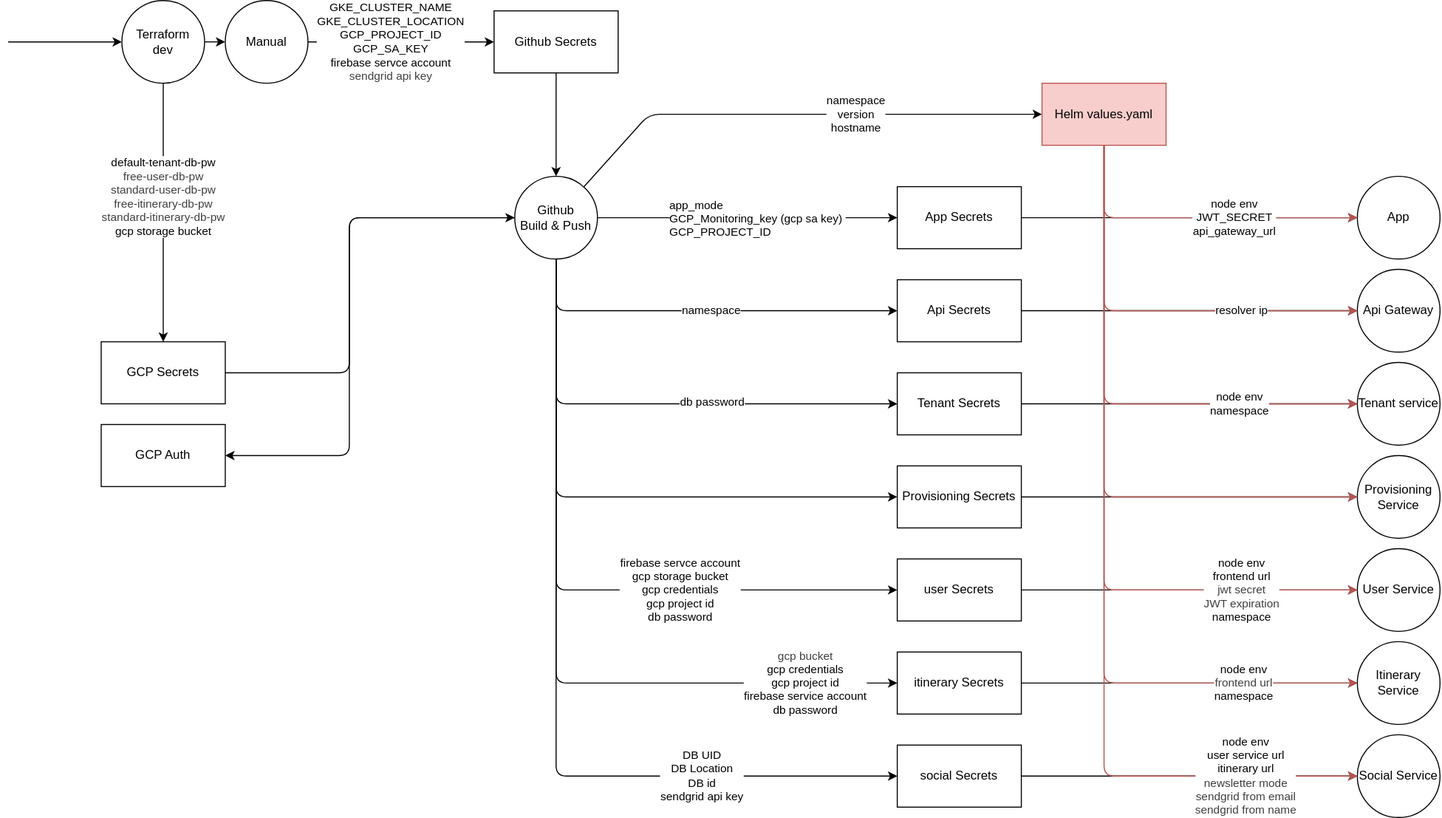
CloudAppDevProject/CloudAppDev keeps this draw.io diagram as docs/dataflow_diagram.drawio.svg. Above is the earlier version. Source tidied: cells renumbered, new cells last; positions are measured from the earlier drawing's top-left corner, leaving out a move shared by most shapes.
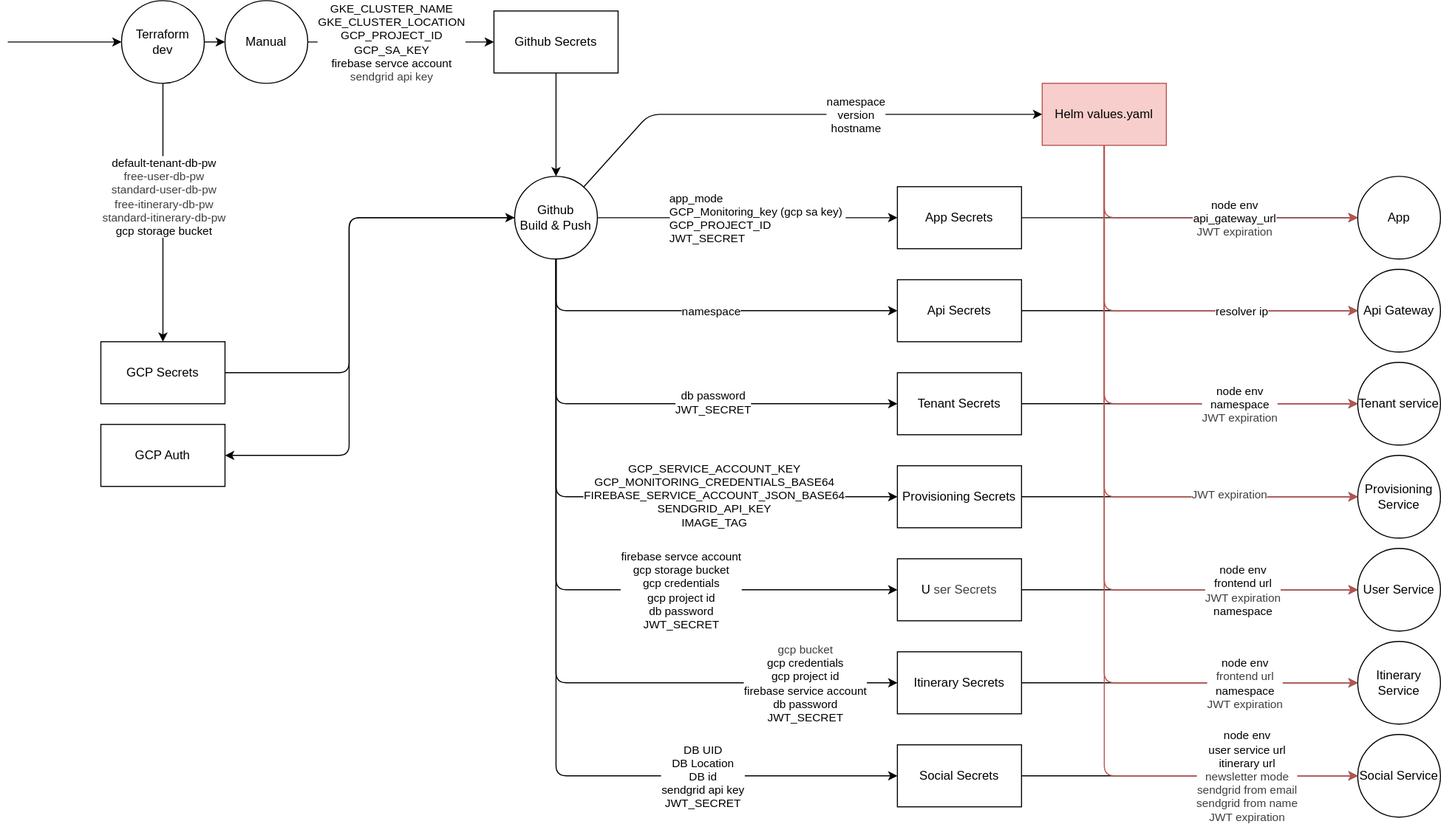
After the change.

Commit message:
Refactor code structure for improved readability and maintainability

The edit, as a diff of the source:
```diff
@@ -40,7 +40,7 @@
     <mxCell id="13" style="edgeStyle=none;html=1;" parent="1" edge="1" source="29" target="40">
       <mxGeometry relative="1" as="geometry" />
     </mxCell>
-    <mxCell id="14" value="app_mode&#10;GCP_Monitoring_key (gcp sa key)&#10;GCP_PROJECT_ID" style="edgeLabel;align=left;verticalAlign=middle;labelPosition=center;verticalLabelPosition=middle;spacing=0;textShadow=0;textDirection=ltr;horizontal=1;" parent="13" vertex="1">
+    <mxCell id="14" value="app_mode&#10;GCP_Monitoring_key (gcp sa key)&#10;GCP_PROJECT_ID&#10;JWT_SECRET" style="edgeLabel;align=left;verticalAlign=middle;labelPosition=center;verticalLabelPosition=middle;spacing=0;textShadow=0;textDirection=ltr;horizontal=1;" parent="13" vertex="1">
       <mxGeometry relative="1" as="geometry">
         <mxPoint x="-75" as="offset" />
       </mxGeometry>
@@ -64,7 +64,7 @@
         </Array>
       </mxGeometry>
     </mxCell>
-    <mxCell id="18" value="&lt;div&gt;&lt;span style=&quot;background-color: light-dark(#ffffff, var(--ge-dark-color, #121212));&quot;&gt;db password&lt;/span&gt;&lt;/div&gt;" style="edgeLabel;html=1;align=center;verticalAlign=middle;" parent="17" vertex="1">
+    <mxCell id="18" value="&lt;div&gt;&lt;span style=&quot;background-color: light-dark(#ffffff, var(--ge-dark-color, #121212));&quot;&gt;db password&lt;br&gt;&lt;/span&gt;&lt;span style=&quot;color: rgb(0, 0, 0); text-align: left;&quot;&gt;JWT_SECRET&lt;/span&gt;&lt;span style=&quot;background-color: light-dark(#ffffff, var(--ge-dark-color, #121212));&quot;&gt;&lt;/span&gt;&lt;/div&gt;" style="edgeLabel;html=1;align=center;verticalAlign=middle;" parent="17" vertex="1">
       <mxGeometry x="0.24" y="2" relative="1" as="geometry" />
     </mxCell>
     <mxCell id="19" style="edgeStyle=none;html=1;" parent="1" edge="1" source="29" target="42">
@@ -74,6 +74,9 @@
         </Array>
       </mxGeometry>
     </mxCell>
+    <mxCell id="67" value="GCP_SERVICE_ACCOUNT_KEY&lt;br&gt;GCP_MONITORING_CREDENTIALS_BASE64&lt;br&gt;FIREBASE_SERVICE_ACCOUNT_JSON_BASE64&lt;br&gt;SENDGRID_API_KEY&lt;br&gt;IMAGE_TAG" style="edgeLabel;html=1;align=center;verticalAlign=middle;" parent="19" vertex="1">
+      <mxGeometry x="0.36" y="2" relative="1" as="geometry" />
+    </mxCell>
     <mxCell id="20" style="edgeStyle=none;html=1;" parent="1" edge="1" source="29" target="43">
       <mxGeometry relative="1" as="geometry">
         <Array as="points">
@@ -81,7 +84,7 @@
         </Array>
       </mxGeometry>
     </mxCell>
-    <mxCell id="21" value="&lt;div&gt;&lt;font style=&quot;color: rgb(0, 0, 0);&quot;&gt;firebase servce account&lt;/font&gt;&lt;/div&gt;&lt;div&gt;&lt;font style=&quot;color: rgb(0, 0, 0);&quot;&gt;gcp storage bucket&lt;/font&gt;&lt;/div&gt;&lt;div&gt;&lt;font style=&quot;color: rgb(0, 0, 0);&quot;&gt;gcp credentials&lt;/font&gt;&lt;/div&gt;&lt;div&gt;&lt;font style=&quot;color: rgb(0, 0, 0);&quot;&gt;gcp project id&lt;/font&gt;&lt;/div&gt;&lt;div&gt;&lt;font style=&quot;color: rgb(0, 0, 0);&quot;&gt;db password&lt;/font&gt;&lt;/div&gt;" style="edgeLabel;html=1;align=center;verticalAlign=middle;" parent="20" vertex="1">
+    <mxCell id="21" value="&lt;div&gt;&lt;font style=&quot;color: rgb(0, 0, 0);&quot;&gt;firebase servce account&lt;/font&gt;&lt;/div&gt;&lt;div&gt;&lt;font style=&quot;color: rgb(0, 0, 0);&quot;&gt;gcp storage bucket&lt;/font&gt;&lt;/div&gt;&lt;div&gt;&lt;font style=&quot;color: rgb(0, 0, 0);&quot;&gt;gcp credentials&lt;/font&gt;&lt;/div&gt;&lt;div&gt;&lt;font style=&quot;color: rgb(0, 0, 0);&quot;&gt;gcp project id&lt;/font&gt;&lt;/div&gt;&lt;div&gt;&lt;font style=&quot;color: rgb(0, 0, 0);&quot;&gt;db password&lt;br&gt;&lt;span style=&quot;color: rgb(0, 0, 0); text-align: left;&quot;&gt;JWT_SECRET&lt;/span&gt;&lt;/font&gt;&lt;/div&gt;" style="edgeLabel;html=1;align=center;verticalAlign=middle;" parent="20" vertex="1">
       <mxGeometry x="0.39" relative="1" as="geometry">
         <mxPoint x="-11" as="offset" />
       </mxGeometry>
@@ -93,7 +96,7 @@
         </Array>
       </mxGeometry>
     </mxCell>
-    <mxCell id="23" value="&lt;div&gt;&lt;span style=&quot;color: rgb(63, 63, 63); background-color: light-dark(#ffffff, var(--ge-dark-color, #121212));&quot;&gt;gcp bucket&lt;/span&gt;&lt;/div&gt;&lt;div&gt;gcp credentials&lt;/div&gt;&lt;div&gt;gcp project id&lt;/div&gt;&lt;div&gt;firebase service account&lt;/div&gt;&lt;div&gt;&lt;div style=&quot;scrollbar-color: rgb(226, 226, 226) rgb(251, 251, 251);&quot;&gt;&lt;div style=&quot;scrollbar-color: rgb(226, 226, 226) rgb(251, 251, 251);&quot;&gt;&lt;span style=&quot;background-color: light-dark(#ffffff, var(--ge-dark-color, #121212));&quot;&gt;db password&lt;/span&gt;&lt;/div&gt;&lt;/div&gt;&lt;/div&gt;" style="edgeLabel;html=1;align=center;verticalAlign=middle;" parent="22" vertex="1">
+    <mxCell id="23" value="&lt;div&gt;&lt;span style=&quot;color: rgb(63, 63, 63); background-color: light-dark(#ffffff, var(--ge-dark-color, #121212));&quot;&gt;gcp bucket&lt;/span&gt;&lt;/div&gt;&lt;div&gt;gcp credentials&lt;/div&gt;&lt;div&gt;gcp project id&lt;/div&gt;&lt;div&gt;firebase service account&lt;/div&gt;&lt;div&gt;&lt;div style=&quot;scrollbar-color: rgb(226, 226, 226) rgb(251, 251, 251);&quot;&gt;&lt;div style=&quot;scrollbar-color: rgb(226, 226, 226) rgb(251, 251, 251);&quot;&gt;&lt;span style=&quot;background-color: light-dark(#ffffff, var(--ge-dark-color, #121212));&quot;&gt;db password&lt;br&gt;&lt;/span&gt;&lt;span style=&quot;color: rgb(0, 0, 0); text-align: left;&quot;&gt;JWT_SECRET&lt;/span&gt;&lt;span style=&quot;background-color: light-dark(#ffffff, var(--ge-dark-color, #121212));&quot;&gt;&lt;/span&gt;&lt;/div&gt;&lt;/div&gt;&lt;/div&gt;" style="edgeLabel;html=1;align=center;verticalAlign=middle;" parent="22" vertex="1">
       <mxGeometry x="0.81" relative="1" as="geometry">
         <mxPoint x="-19" as="offset" />
       </mxGeometry>
@@ -105,7 +108,7 @@
         </Array>
       </mxGeometry>
     </mxCell>
-    <mxCell id="25" value="&lt;div&gt;DB UID&lt;br&gt;DB Location&lt;br&gt;DB id&lt;/div&gt;&lt;div&gt;sendgrid api key&lt;/div&gt;" style="edgeLabel;html=1;align=center;verticalAlign=middle;" parent="24" vertex="1">
+    <mxCell id="25" value="&lt;div&gt;DB UID&lt;br&gt;DB Location&lt;br&gt;DB id&lt;/div&gt;&lt;div&gt;sendgrid api key&lt;br&gt;&lt;span style=&quot;color: rgb(0, 0, 0); text-align: left;&quot;&gt;JWT_SECRET&lt;/span&gt;&lt;/div&gt;" style="edgeLabel;html=1;align=center;verticalAlign=middle;" parent="24" vertex="1">
       <mxGeometry x="0.46" y="-1" relative="1" as="geometry">
         <mxPoint x="36" y="-1" as="offset" />
       </mxGeometry>
@@ -177,19 +180,19 @@
     <mxCell id="42" value="Provisioning Secrets" style="rounded=0;whiteSpace=wrap;html=1;" parent="1" vertex="1">
       <mxGeometry x="860" y="450" width="120" height="60" as="geometry" />
     </mxCell>
-    <mxCell id="43" value="user Secrets" style="rounded=0;whiteSpace=wrap;html=1;" parent="1" vertex="1">
+    <mxCell id="43" value="&lt;span style=&quot;background-color: transparent;&quot;&gt;&lt;font color=&quot;#000000&quot;&gt;U&lt;/font&gt;&lt;/span&gt;&lt;span style=&quot;color: rgb(63, 63, 63); background-color: transparent;&quot;&gt;ser Secrets&lt;/span&gt;" style="rounded=0;whiteSpace=wrap;html=1;" parent="1" vertex="1">
       <mxGeometry x="860" y="540" width="120" height="60" as="geometry" />
     </mxCell>
     <mxCell id="44" style="edgeStyle=none;shape=connector;rounded=1;html=1;align=center;verticalAlign=middle;fontFamily=Helvetica;fontSize=11;fontColor=default;labelBackgroundColor=default;endArrow=classic;" parent="1" edge="1" source="45" target="35">
       <mxGeometry relative="1" as="geometry" />
     </mxCell>
-    <mxCell id="45" value="itinerary Secrets" style="rounded=0;whiteSpace=wrap;html=1;" parent="1" vertex="1">
+    <mxCell id="45" value="Itinerary Secrets" style="rounded=0;whiteSpace=wrap;html=1;" parent="1" vertex="1">
       <mxGeometry x="860" y="630" width="120" height="60" as="geometry" />
     </mxCell>
     <mxCell id="46" style="edgeStyle=none;html=1;" parent="1" edge="1" source="47" target="36">
       <mxGeometry relative="1" as="geometry" />
     </mxCell>
-    <mxCell id="47" value="social Secrets" style="rounded=0;whiteSpace=wrap;html=1;" parent="1" vertex="1">
+    <mxCell id="47" value="Social Secrets" style="rounded=0;whiteSpace=wrap;html=1;" parent="1" vertex="1">
       <mxGeometry x="860" y="720" width="120" height="60" as="geometry" />
     </mxCell>
     <mxCell id="48" value="Api Secrets" style="rounded=0;whiteSpace=wrap;html=1;" parent="1" vertex="1">
@@ -202,7 +205,7 @@
         </Array>
       </mxGeometry>
     </mxCell>
-    <mxCell id="50" value="&lt;div&gt;&lt;font color=&quot;#000000&quot;&gt;&lt;span style=&quot;color: rgb(63, 63, 63);&quot;&gt;&lt;span style=&quot;color: rgb(0, 0, 0);&quot;&gt;node env&lt;/span&gt;&lt;/span&gt;&lt;br&gt;user service url&lt;/font&gt;&lt;/div&gt;&lt;div&gt;&lt;font color=&quot;#000000&quot;&gt;itinerary url&lt;br&gt;&lt;span style=&quot;color: rgb(63, 63, 63);&quot;&gt;newsletter mode&lt;br&gt;&lt;div style=&quot;color: rgb(63, 63, 63); scrollbar-color: rgb(226, 226, 226) rgb(251, 251, 251);&quot;&gt;sendgrid from email&lt;/div&gt;&lt;div style=&quot;color: rgb(63, 63, 63); scrollbar-color: rgb(226, 226, 226) rgb(251, 251, 251);&quot;&gt;sendgrid from name&lt;/div&gt;&lt;/span&gt;&lt;/font&gt;&lt;/div&gt;" style="edgeLabel;html=1;align=center;verticalAlign=middle;" parent="49" vertex="1">
+    <mxCell id="50" value="&lt;div&gt;&lt;font color=&quot;#000000&quot;&gt;&lt;span style=&quot;color: rgb(63, 63, 63);&quot;&gt;&lt;span style=&quot;color: rgb(0, 0, 0);&quot;&gt;node env&lt;/span&gt;&lt;/span&gt;&lt;br&gt;user service url&lt;/font&gt;&lt;/div&gt;&lt;div&gt;&lt;font color=&quot;#000000&quot;&gt;itinerary url&lt;br&gt;&lt;span style=&quot;color: rgb(63, 63, 63);&quot;&gt;newsletter mode&lt;br&gt;&lt;div style=&quot;color: rgb(63, 63, 63); scrollbar-color: rgb(226, 226, 226) rgb(251, 251, 251);&quot;&gt;sendgrid from email&lt;/div&gt;&lt;div style=&quot;color: rgb(63, 63, 63); scrollbar-color: rgb(226, 226, 226) rgb(251, 251, 251);&quot;&gt;sendgrid from name&lt;br&gt;&lt;span style=&quot;color: rgb(63, 63, 63);&quot;&gt;JWT expiration&lt;/span&gt;&lt;/div&gt;&lt;/span&gt;&lt;/font&gt;&lt;/div&gt;" style="edgeLabel;html=1;align=center;verticalAlign=middle;" parent="49" vertex="1">
       <mxGeometry x="0.79" relative="1" as="geometry">
         <mxPoint x="-20" as="offset" />
       </mxGeometry>
@@ -214,7 +217,7 @@
         </Array>
       </mxGeometry>
     </mxCell>
-    <mxCell id="52" value="&lt;span style=&quot;color: rgb(0, 0, 0); text-align: left;&quot;&gt;&lt;span style=&quot;color: rgb(0, 0, 0);&quot;&gt;node env&lt;/span&gt;&lt;br&gt;JWT_SECRET&lt;/span&gt;&lt;div&gt;&lt;span style=&quot;color: rgb(0, 0, 0); text-align: left;&quot;&gt;&lt;span style=&quot;color: rgb(0, 0, 0);&quot;&gt;api_gateway_url&lt;/span&gt;&lt;/span&gt;&lt;/div&gt;" style="edgeLabel;html=1;align=center;verticalAlign=middle;rounded=0;strokeColor=#b85450;fontFamily=Helvetica;fontSize=11;fontColor=default;labelBackgroundColor=default;fillColor=#f8cecc;" parent="51" vertex="1">
+    <mxCell id="52" value="&lt;span style=&quot;color: rgb(0, 0, 0); text-align: left;&quot;&gt;&lt;span style=&quot;color: rgb(0, 0, 0);&quot;&gt;node env&lt;/span&gt;&lt;br&gt;&lt;/span&gt;&lt;div&gt;&lt;span style=&quot;color: rgb(0, 0, 0); text-align: left;&quot;&gt;&lt;span style=&quot;color: rgb(0, 0, 0);&quot;&gt;api_gateway_url&lt;br&gt;&lt;span style=&quot;color: rgb(63, 63, 63); text-align: center;&quot;&gt;JWT expiration&lt;/span&gt;&lt;/span&gt;&lt;/span&gt;&lt;/div&gt;" style="edgeLabel;html=1;align=center;verticalAlign=middle;rounded=0;strokeColor=#b85450;fontFamily=Helvetica;fontSize=11;fontColor=default;labelBackgroundColor=default;fillColor=#f8cecc;" parent="51" vertex="1">
       <mxGeometry x="0.06" y="2" relative="1" as="geometry">
         <mxPoint x="28" y="2" as="offset" />
       </mxGeometry>
@@ -238,7 +241,7 @@
         </Array>
       </mxGeometry>
     </mxCell>
-    <mxCell id="56" value="&lt;span style=&quot;color: rgb(0, 0, 0);&quot;&gt;node env&lt;br&gt;namespace&lt;/span&gt;" style="edgeLabel;html=1;align=center;verticalAlign=middle;" parent="55" vertex="1">
+    <mxCell id="56" value="&lt;span style=&quot;color: rgb(0, 0, 0);&quot;&gt;node env&lt;br&gt;namespace&lt;br&gt;&lt;span style=&quot;color: rgb(63, 63, 63);&quot;&gt;JWT expiration&lt;/span&gt;&lt;/span&gt;" style="edgeLabel;html=1;align=center;verticalAlign=middle;" parent="55" vertex="1">
       <mxGeometry x="0.45" y="1" relative="1" as="geometry">
         <mxPoint x="22" y="1" as="offset" />
       </mxGeometry>
@@ -250,6 +253,9 @@
         </Array>
       </mxGeometry>
     </mxCell>
+    <mxCell id="68" value="&lt;span style=&quot;color: rgb(63, 63, 63);&quot;&gt;JWT expiration&lt;/span&gt;" style="edgeLabel;html=1;align=center;verticalAlign=middle;" parent="57" vertex="1">
+      <mxGeometry x="0.57" y="3" relative="1" as="geometry" />
+    </mxCell>
     <mxCell id="58" style="edgeStyle=none;shape=connector;rounded=1;html=1;strokeColor=#b85450;align=center;verticalAlign=middle;fontFamily=Helvetica;fontSize=11;fontColor=default;labelBackgroundColor=default;endArrow=classic;fillColor=#f8cecc;" parent="1" edge="1" source="62" target="34">
       <mxGeometry relative="1" as="geometry">
         <Array as="points">
@@ -257,7 +263,7 @@
         </Array>
       </mxGeometry>
     </mxCell>
-    <mxCell id="59" value="&lt;span style=&quot;color: rgb(0, 0, 0);&quot;&gt;&lt;span style=&quot;color: rgb(0, 0, 0);&quot;&gt;node env&lt;/span&gt;&lt;br&gt;frontend url&lt;div style=&quot;color: rgb(63, 63, 63); scrollbar-color: rgb(226, 226, 226) rgb(251, 251, 251);&quot;&gt;&lt;font style=&quot;scrollbar-color: rgb(226, 226, 226) rgb(251, 251, 251);&quot;&gt;jwt secret&lt;/font&gt;&lt;/div&gt;&lt;div style=&quot;color: rgb(63, 63, 63); scrollbar-color: rgb(226, 226, 226) rgb(251, 251, 251);&quot;&gt;&lt;font style=&quot;scrollbar-color: rgb(226, 226, 226) rgb(251, 251, 251);&quot;&gt;JWT expiration&lt;br&gt;&lt;span style=&quot;color: rgb(0, 0, 0);&quot;&gt;namespace&lt;/span&gt;&lt;/font&gt;&lt;/div&gt;&lt;/span&gt;" style="edgeLabel;html=1;align=center;verticalAlign=middle;rounded=0;strokeColor=#b85450;fontFamily=Helvetica;fontSize=11;fontColor=default;labelBackgroundColor=default;fillColor=#f8cecc;" parent="58" vertex="1">
+    <mxCell id="59" value="&lt;span style=&quot;color: rgb(0, 0, 0);&quot;&gt;&lt;span style=&quot;color: rgb(0, 0, 0);&quot;&gt;node env&lt;/span&gt;&lt;br&gt;frontend url&lt;div style=&quot;color: rgb(63, 63, 63); scrollbar-color: rgb(226, 226, 226) rgb(251, 251, 251);&quot;&gt;&lt;span style=&quot;color: rgb(63, 63, 63); background-color: light-dark(#ffffff, var(--ge-dark-color, #121212));&quot;&gt;JWT expiration&lt;/span&gt;&lt;/div&gt;&lt;div style=&quot;color: rgb(63, 63, 63); scrollbar-color: rgb(226, 226, 226) rgb(251, 251, 251);&quot;&gt;&lt;font style=&quot;scrollbar-color: rgb(226, 226, 226) rgb(251, 251, 251);&quot;&gt;&lt;span style=&quot;color: rgb(0, 0, 0);&quot;&gt;namespace&lt;/span&gt;&lt;/font&gt;&lt;/div&gt;&lt;/span&gt;" style="edgeLabel;html=1;align=center;verticalAlign=middle;rounded=0;strokeColor=#b85450;fontFamily=Helvetica;fontSize=11;fontColor=default;labelBackgroundColor=default;fillColor=#f8cecc;" parent="58" vertex="1">
       <mxGeometry x="0.55" y="2" relative="1" as="geometry">
         <mxPoint x="38" y="2" as="offset" />
       </mxGeometry>
@@ -269,7 +275,7 @@
         </Array>
       </mxGeometry>
     </mxCell>
-    <mxCell id="61" value="&lt;span style=&quot;color: rgb(63, 63, 63);&quot;&gt;&lt;span style=&quot;color: rgb(0, 0, 0);&quot;&gt;node env&lt;/span&gt;&lt;br&gt;frontend url&lt;br&gt;&lt;span style=&quot;color: rgb(0, 0, 0);&quot;&gt;namespace&lt;/span&gt;&lt;/span&gt;" style="edgeLabel;html=1;align=center;verticalAlign=middle;rounded=0;strokeColor=#b85450;fontFamily=Helvetica;fontSize=11;fontColor=default;labelBackgroundColor=default;fillColor=#f8cecc;" parent="60" vertex="1">
+    <mxCell id="61" value="&lt;span style=&quot;color: rgb(63, 63, 63);&quot;&gt;&lt;span style=&quot;color: rgb(0, 0, 0);&quot;&gt;node env&lt;/span&gt;&lt;br&gt;frontend url&lt;br&gt;&lt;span style=&quot;color: rgb(0, 0, 0);&quot;&gt;namespace&lt;br&gt;&lt;span style=&quot;color: rgb(63, 63, 63);&quot;&gt;JWT expiration&lt;/span&gt;&lt;/span&gt;&lt;/span&gt;" style="edgeLabel;html=1;align=center;verticalAlign=middle;rounded=0;strokeColor=#b85450;fontFamily=Helvetica;fontSize=11;fontColor=default;labelBackgroundColor=default;fillColor=#f8cecc;" parent="60" vertex="1">
       <mxGeometry x="0.69" y="1" relative="1" as="geometry">
         <mxPoint x="9" y="1" as="offset" />
       </mxGeometry>
```
